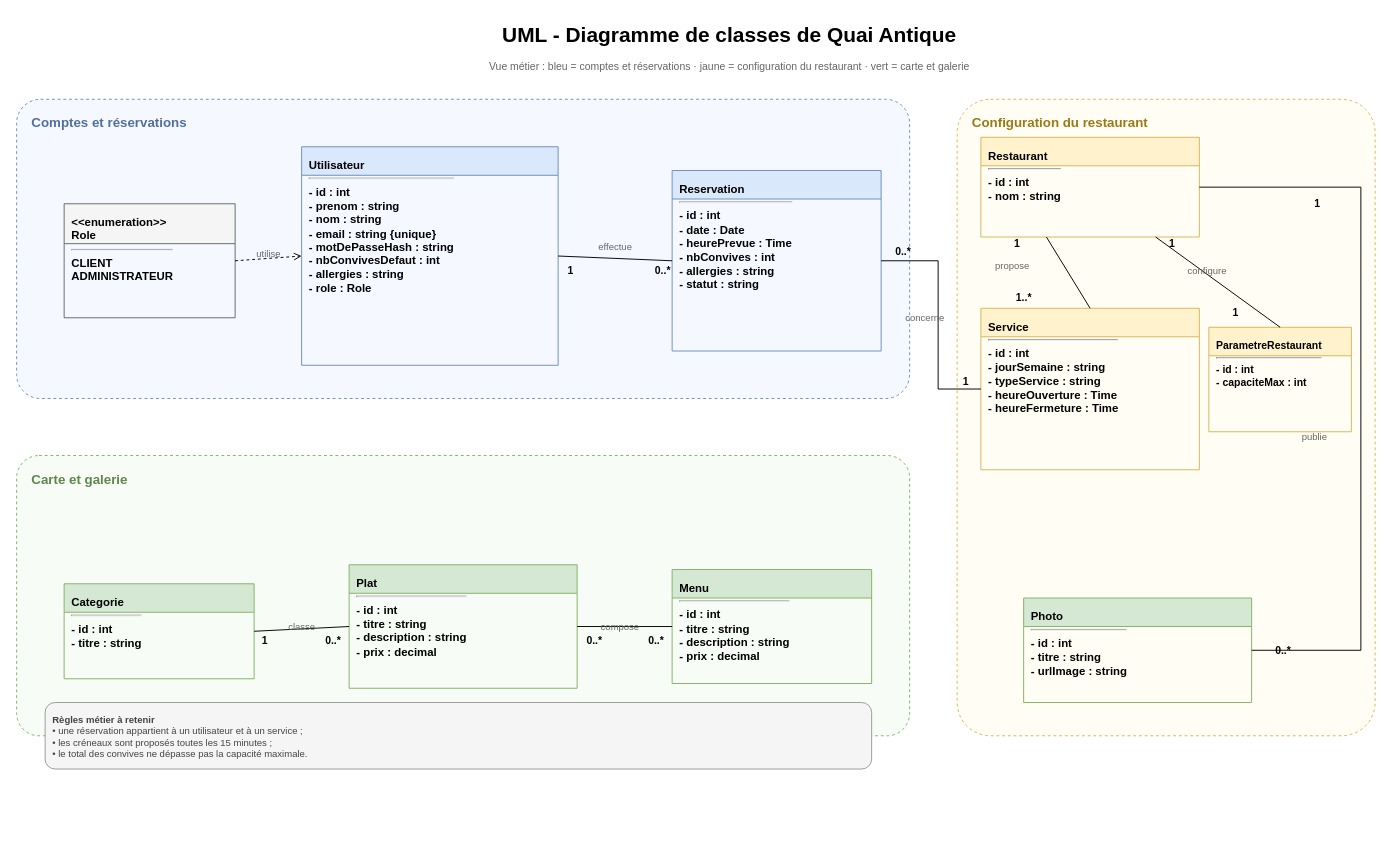
Earlier version of the draw.io diagram page "04 - UML Classes" (2 of 5) of docs/database/modelisation-quai-antique.drawio (elscribe/quai-antique). Source tidied: cells renumbered, new cells numbered last; positions are measured from the earlier drawing's top-left corner, leaving out a move shared by most shapes. Both pictures are drawn from the tidied source at 95%, with x=0, y=0 at pixel (16, 16).
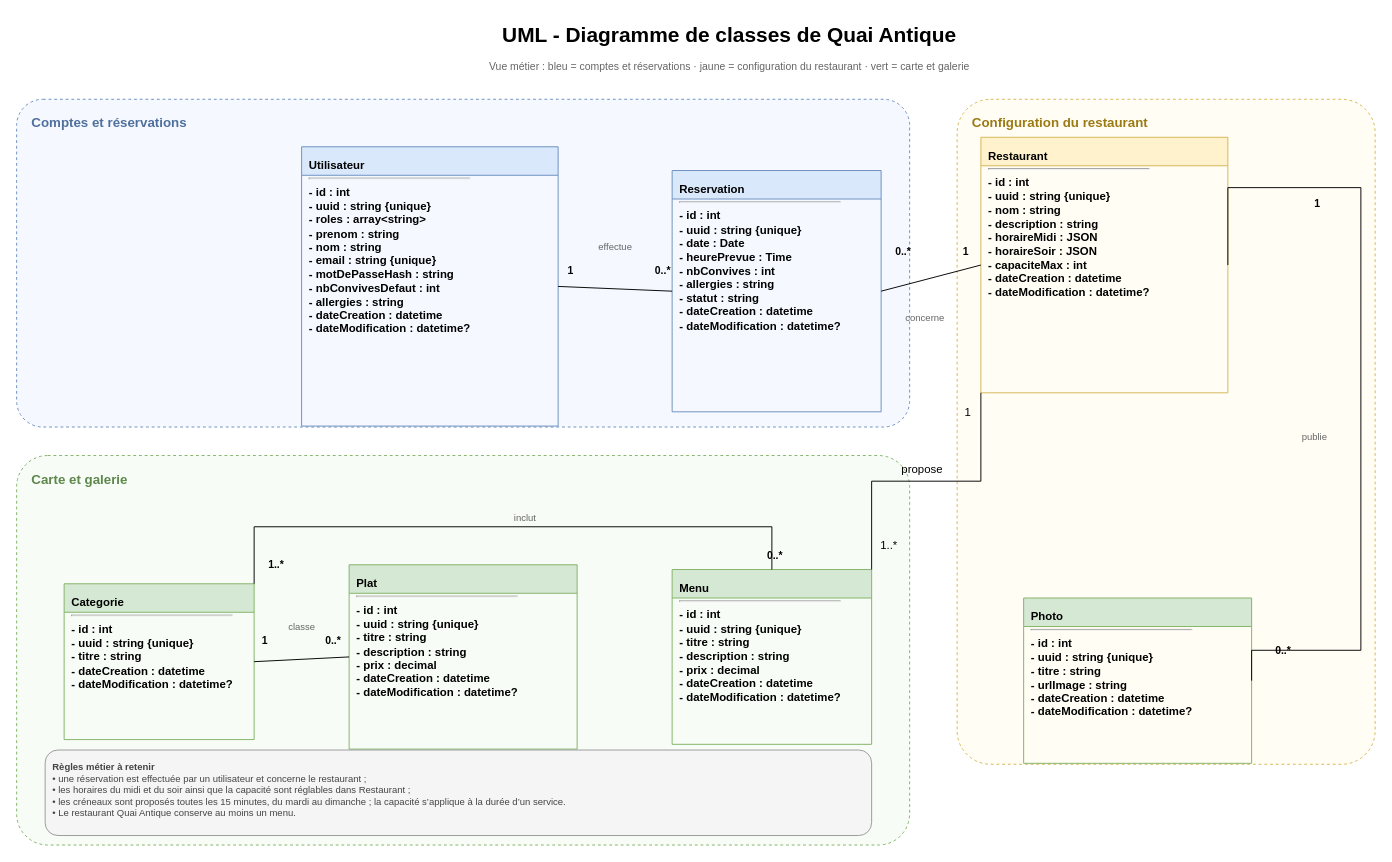
Above is the later version.

Change to the diagram source:
```diff
@@
     <mxCell id="4" value="&lt;b&gt;Comptes et réservations&lt;/b&gt;" style="rounded=1;whiteSpace=wrap;html=1;fillColor=#f5f9ff;strokeColor=#6c8ebf;dashed=1;arcSize=8;align=left;verticalAlign=top;spacingLeft=14;spacingTop=10;fontColor=#4f6f9d;fontStyle=1;fontSize=14;" parent="1" vertex="1">
-      <mxGeometry y="87" width="940" height="315" as="geometry" />
+      <mxGeometry y="87" width="940" height="345" as="geometry" />
     </mxCell>
     <mxCell id="5" value="&lt;b&gt;Configuration du restaurant&lt;/b&gt;" style="rounded=1;whiteSpace=wrap;html=1;fillColor=#fffdf4;strokeColor=#d6b656;dashed=1;arcSize=8;align=left;verticalAlign=top;spacingLeft=14;spacingTop=10;fontColor=#9b7a14;fontStyle=1;fontSize=14;" parent="1" vertex="1">
-      <mxGeometry x="990" y="87" width="440" height="670" as="geometry" />
+      <mxGeometry x="990" y="87" width="440" height="700" as="geometry" />
     </mxCell>
     <mxCell id="6" value="&lt;b&gt;Carte et galerie&lt;/b&gt;" style="rounded=1;whiteSpace=wrap;html=1;fillColor=#f7fcf6;strokeColor=#82b366;dashed=1;arcSize=8;align=left;verticalAlign=top;spacingLeft=14;spacingTop=10;fontColor=#5d874b;fontStyle=1;fontSize=14;" parent="1" vertex="1">
-      <mxGeometry y="462" width="940" height="295" as="geometry" />
+      <mxGeometry y="462" width="940" height="410" as="geometry" />
     </mxCell>
-    <mxCell id="7" value="&lt;b&gt;&amp;lt;&amp;lt;enumeration&amp;gt;&amp;gt;&lt;br/&gt;Role&lt;/b&gt;&lt;hr/&gt;CLIENT&lt;br/&gt;ADMINISTRATEUR" style="swimlane;html=1;whiteSpace=wrap;horizontal=1;startSize=42;fillColor=#f5f5f5;strokeColor=#666666;align=left;verticalAlign=top;spacing=8;fontSize=12;" parent="1" vertex="1">
-      <mxGeometry x="50" y="197" width="180" height="120" as="geometry" />
-    </mxCell>
-    <mxCell id="8" value="&lt;b&gt;Utilisateur&lt;/b&gt;&lt;hr/&gt;- id : int&lt;br/&gt;- prenom : string&lt;br/&gt;- nom : string&lt;br/&gt;- email : string {unique}&lt;br/&gt;- motDePasseHash : string&lt;br/&gt;- nbConvivesDefaut : int&lt;br/&gt;- allergies : string&lt;br/&gt;- role : Role" style="swimlane;html=1;whiteSpace=wrap;horizontal=1;startSize=30;fillColor=#dae8fc;strokeColor=#6c8ebf;align=left;verticalAlign=top;spacing=8;fontSize=12;" parent="1" vertex="1">
-      <mxGeometry x="300" y="137" width="270" height="230" as="geometry" />
+    <mxCell id="8" value="&lt;b&gt;Utilisateur&lt;/b&gt;&lt;hr/&gt;- id : int&lt;br/&gt;- uuid : string {unique}&lt;br/&gt;- roles : array&amp;lt;string&amp;gt;&lt;br/&gt;- prenom : string&lt;br/&gt;- nom : string&lt;br/&gt;- email : string {unique}&lt;br/&gt;- motDePasseHash : string&lt;br/&gt;- nbConvivesDefaut : int&lt;br/&gt;- allergies : string&lt;br/&gt;- dateCreation : datetime&lt;br/&gt;- dateModification : datetime?" style="swimlane;html=1;whiteSpace=wrap;horizontal=1;startSize=30;fillColor=#dae8fc;strokeColor=#6c8ebf;align=left;verticalAlign=top;spacing=8;fontSize=12;" parent="1" vertex="1">
+      <mxGeometry x="300" y="137" width="270" height="294" as="geometry" />
     </mxCell>
-    <mxCell id="9" value="&lt;b&gt;Reservation&lt;/b&gt;&lt;hr/&gt;- id : int&lt;br/&gt;- date : Date&lt;br/&gt;- heurePrevue : Time&lt;br/&gt;- nbConvives : int&lt;br/&gt;- allergies : string&lt;br/&gt;- statut : string" style="swimlane;html=1;whiteSpace=wrap;horizontal=1;startSize=30;fillColor=#dae8fc;strokeColor=#6c8ebf;align=left;verticalAlign=top;spacing=8;fontSize=12;" parent="1" vertex="1">
-      <mxGeometry x="690" y="162" width="220" height="190" as="geometry" />
+    <mxCell id="9" value="&lt;b&gt;Reservation&lt;/b&gt;&lt;hr/&gt;- id : int&lt;br/&gt;- uuid : string {unique}&lt;br/&gt;- date : Date&lt;br/&gt;- heurePrevue : Time&lt;br/&gt;- nbConvives : int&lt;br/&gt;- allergies : string&lt;br/&gt;- statut : string&lt;br/&gt;- dateCreation : datetime&lt;br/&gt;- dateModification : datetime?" style="swimlane;html=1;whiteSpace=wrap;horizontal=1;startSize=30;fillColor=#dae8fc;strokeColor=#6c8ebf;align=left;verticalAlign=top;spacing=8;fontSize=12;" parent="1" vertex="1">
+      <mxGeometry x="690" y="162" width="220" height="254" as="geometry" />
     </mxCell>
-    <mxCell id="10" value="&lt;b&gt;Restaurant&lt;/b&gt;&lt;hr/&gt;- id : int&lt;br/&gt;- nom : string" style="swimlane;html=1;whiteSpace=wrap;horizontal=1;startSize=30;fillColor=#fff2cc;strokeColor=#d6b656;align=left;verticalAlign=top;spacing=8;fontSize=12;" parent="1" vertex="1">
-      <mxGeometry x="1015" y="127" width="230" height="105" as="geometry" />
+    <mxCell id="10" value="&lt;b&gt;Restaurant&lt;/b&gt;&lt;hr/&gt;- id : int&lt;br/&gt;- uuid : string {unique}&lt;br/&gt;- nom : string&lt;br/&gt;- description : string&lt;br/&gt;- horaireMidi : JSON&lt;br/&gt;- horaireSoir : JSON&lt;br/&gt;- capaciteMax : int&lt;br/&gt;- dateCreation : datetime&lt;br/&gt;- dateModification : datetime?" style="swimlane;html=1;whiteSpace=wrap;horizontal=1;startSize=30;fillColor=#fff2cc;strokeColor=#d6b656;align=left;verticalAlign=top;spacing=8;fontSize=12;" parent="1" vertex="1">
+      <mxGeometry x="1015" y="127" width="260" height="269" as="geometry" />
     </mxCell>
-    <mxCell id="11" value="&lt;b&gt;Service&lt;/b&gt;&lt;hr/&gt;- id : int&lt;br/&gt;- jourSemaine : string&lt;br/&gt;- typeService : string&lt;br/&gt;- heureOuverture : Time&lt;br/&gt;- heureFermeture : Time" style="swimlane;html=1;whiteSpace=wrap;horizontal=1;startSize=30;fillColor=#fff2cc;strokeColor=#d6b656;align=left;verticalAlign=top;spacing=8;fontSize=12;" parent="1" vertex="1">
-      <mxGeometry x="1015" y="307" width="230" height="170" as="geometry" />
-    </mxCell>
-    <mxCell id="12" value="&lt;b&gt;ParametreRestaurant&lt;/b&gt;&lt;hr/&gt;- id : int&lt;br/&gt;- capaciteMax : int" style="swimlane;html=1;whiteSpace=wrap;horizontal=1;startSize=30;fillColor=#fff2cc;strokeColor=#d6b656;align=left;verticalAlign=top;spacing=8;fontSize=11;" parent="1" vertex="1">
-      <mxGeometry x="1255" y="327" width="150" height="110" as="geometry" />
-    </mxCell>
-    <mxCell id="13" value="&lt;b&gt;Photo&lt;/b&gt;&lt;hr/&gt;- id : int&lt;br/&gt;- titre : string&lt;br/&gt;- urlImage : string" style="swimlane;html=1;whiteSpace=wrap;horizontal=1;startSize=30;fillColor=#d5e8d4;strokeColor=#82b366;align=left;verticalAlign=top;spacing=8;fontSize=12;" parent="1" vertex="1">
-      <mxGeometry x="1060" y="612" width="240" height="110" as="geometry" />
+    <mxCell id="13" value="&lt;b&gt;Photo&lt;/b&gt;&lt;hr/&gt;- id : int&lt;br/&gt;- uuid : string {unique}&lt;br/&gt;- titre : string&lt;br/&gt;- urlImage : string&lt;br/&gt;- dateCreation : datetime&lt;br/&gt;- dateModification : datetime?" style="swimlane;html=1;whiteSpace=wrap;horizontal=1;startSize=30;fillColor=#d5e8d4;strokeColor=#82b366;align=left;verticalAlign=top;spacing=8;fontSize=12;" parent="1" vertex="1">
+      <mxGeometry x="1060" y="612" width="240" height="174" as="geometry" />
     </mxCell>
-    <mxCell id="14" value="&lt;b&gt;Categorie&lt;/b&gt;&lt;hr/&gt;- id : int&lt;br/&gt;- titre : string" style="swimlane;html=1;whiteSpace=wrap;horizontal=1;startSize=30;fillColor=#d5e8d4;strokeColor=#82b366;align=left;verticalAlign=top;spacing=8;fontSize=12;" parent="1" vertex="1">
-      <mxGeometry x="50" y="597" width="200" height="100" as="geometry" />
+    <mxCell id="14" value="&lt;b&gt;Categorie&lt;/b&gt;&lt;hr/&gt;- id : int&lt;br/&gt;- uuid : string {unique}&lt;br/&gt;- titre : string&lt;br/&gt;- dateCreation : datetime&lt;br/&gt;- dateModification : datetime?" style="swimlane;html=1;whiteSpace=wrap;horizontal=1;startSize=30;fillColor=#d5e8d4;strokeColor=#82b366;align=left;verticalAlign=top;spacing=8;fontSize=12;" parent="1" vertex="1">
+      <mxGeometry x="50" y="597" width="200" height="164" as="geometry" />
     </mxCell>
-    <mxCell id="15" value="&lt;b&gt;Plat&lt;/b&gt;&lt;hr/&gt;- id : int&lt;br/&gt;- titre : string&lt;br/&gt;- description : string&lt;br/&gt;- prix : decimal" style="swimlane;html=1;whiteSpace=wrap;horizontal=1;startSize=30;fillColor=#d5e8d4;strokeColor=#82b366;align=left;verticalAlign=top;spacing=8;fontSize=12;" parent="1" vertex="1">
-      <mxGeometry x="350" y="577" width="240" height="130" as="geometry" />
+    <mxCell id="15" value="&lt;b&gt;Plat&lt;/b&gt;&lt;hr/&gt;- id : int&lt;br/&gt;- uuid : string {unique}&lt;br/&gt;- titre : string&lt;br/&gt;- description : string&lt;br/&gt;- prix : decimal&lt;br/&gt;- dateCreation : datetime&lt;br/&gt;- dateModification : datetime?" style="swimlane;html=1;whiteSpace=wrap;horizontal=1;startSize=30;fillColor=#d5e8d4;strokeColor=#82b366;align=left;verticalAlign=top;spacing=8;fontSize=12;" parent="1" vertex="1">
+      <mxGeometry x="350" y="577" width="240" height="194" as="geometry" />
     </mxCell>
-    <mxCell id="16" value="&lt;b&gt;Menu&lt;/b&gt;&lt;hr/&gt;- id : int&lt;br/&gt;- titre : string&lt;br/&gt;- description : string&lt;br/&gt;- prix : decimal" style="swimlane;html=1;whiteSpace=wrap;horizontal=1;startSize=30;fillColor=#d5e8d4;strokeColor=#82b366;align=left;verticalAlign=top;spacing=8;fontSize=12;" parent="1" vertex="1">
-      <mxGeometry x="690" y="582" width="210" height="120" as="geometry" />
+    <mxCell id="16" value="&lt;b&gt;Menu&lt;/b&gt;&lt;hr/&gt;- id : int&lt;br/&gt;- uuid : string {unique}&lt;br/&gt;- titre : string&lt;br/&gt;- description : string&lt;br/&gt;- prix : decimal&lt;br/&gt;- dateCreation : datetime&lt;br/&gt;- dateModification : datetime?" style="swimlane;html=1;whiteSpace=wrap;horizontal=1;startSize=30;fillColor=#d5e8d4;strokeColor=#82b366;align=left;verticalAlign=top;spacing=8;fontSize=12;" parent="1" vertex="1">
+      <mxGeometry x="690" y="582" width="210" height="184" as="geometry" />
     </mxCell>
-    <mxCell id="17" style="endArrow=open;endFill=0;dashed=1;html=1;rounded=0;exitX=1;exitY=0.5;entryX=0;entryY=0.5;" parent="1" edge="1" source="7" target="8">
-      <mxGeometry relative="1" as="geometry" />
-    </mxCell>
@@
-    <mxCell id="19" style="edgeStyle=orthogonalEdgeStyle;rounded=0;jettySize=auto;html=1;endArrow=none;startArrow=none;exitX=1;exitY=0.5;entryX=0;entryY=0.5;" parent="1" edge="1" source="9" target="11">
-      <mxGeometry relative="1" as="geometry">
-        <Array as="points">
-          <mxPoint x="970" y="257" />
-          <mxPoint x="970" y="392" />
-        </Array>
-      </mxGeometry>
+    <mxCell id="19" style="edgeStyle=none;endArrow=none;startArrow=none;html=1;exitX=1;exitY=0.5;entryX=0;entryY=0.5;" parent="1" edge="1" source="9" target="10">
+      <mxGeometry relative="1" as="geometry" />
     </mxCell>
-    <mxCell id="20" style="endArrow=none;startArrow=none;html=1;rounded=0;exitX=0.3;exitY=1;entryX=0.5;entryY=0;" parent="1" edge="1" source="10" target="11">
-      <mxGeometry relative="1" as="geometry" />
-    </mxCell>
-    <mxCell id="21" style="endArrow=none;startArrow=none;html=1;rounded=0;exitX=0.8;exitY=1;entryX=0.5;entryY=0;" parent="1" edge="1" source="10" target="12">
-      <mxGeometry relative="1" as="geometry" />
-    </mxCell>
@@
-    <mxCell id="24" style="endArrow=none;startArrow=none;html=1;rounded=0;exitX=0;exitY=0.5;entryX=1;entryY=0.5;" parent="1" edge="1" source="16" target="15">
-      <mxGeometry relative="1" as="geometry" />
-    </mxCell>
-    <mxCell id="25" value="utilise" style="text;html=1;align=center;verticalAlign=middle;fontSize=10;fontColor=#666666;fillColor=none;strokeColor=none;" parent="1" vertex="1">
-      <mxGeometry x="235" y="239" width="60" height="20" as="geometry" />
-    </mxCell>
+    <mxCell id="48" style="edgeStyle=orthogonalEdgeStyle;rounded=0;jettySize=auto;html=1;endArrow=none;startArrow=none;exitX=1;exitY=0;entryX=0.5;entryY=0;" parent="1" edge="1" source="14" target="16">
+      <mxGeometry relative="1" as="geometry">
+        <Array as="points">
+          <mxPoint x="250" y="537" />
+          <mxPoint x="795" y="537" />
+        </Array>
+      </mxGeometry>
+    </mxCell>
@@
-    <mxCell id="28" value="propose" style="text;html=1;align=center;verticalAlign=middle;fontSize=10;fontColor=#666666;fillColor=none;strokeColor=none;" parent="1" vertex="1">
-      <mxGeometry x="1015" y="252" width="65" height="20" as="geometry" />
-    </mxCell>
-    <mxCell id="29" value="configure" style="text;html=1;align=center;verticalAlign=middle;fontSize=10;fontColor=#666666;fillColor=none;strokeColor=none;" parent="1" vertex="1">
-      <mxGeometry x="1218" y="257" width="70" height="20" as="geometry" />
-    </mxCell>
@@
-    <mxCell id="32" value="compose" style="text;html=1;align=center;verticalAlign=middle;fontSize=10;fontColor=#666666;fillColor=none;strokeColor=none;" parent="1" vertex="1">
-      <mxGeometry x="600" y="632" width="70" height="20" as="geometry" />
-    </mxCell>
+    <mxCell id="49" value="inclut" style="text;html=1;align=center;verticalAlign=middle;fontSize=10;fontColor=#666666;fillColor=none;strokeColor=none;" parent="1" vertex="1">
+      <mxGeometry x="505" y="517" width="60" height="20" as="geometry" />
+    </mxCell>
@@
-    <mxCell id="35" value="0..*" style="text;html=1;align=center;verticalAlign=middle;fontSize=11;fontStyle=1;fillColor=none;strokeColor=none;" parent="1" vertex="1">
-      <mxGeometry x="915" y="237" width="35" height="20" as="geometry" />
-    </mxCell>
-    <mxCell id="36" value="1" style="text;html=1;align=center;verticalAlign=middle;fontSize=11;fontStyle=1;fillColor=none;strokeColor=none;" parent="1" vertex="1">
-      <mxGeometry x="988" y="374" width="22" height="20" as="geometry" />
-    </mxCell>
-    <mxCell id="37" value="1" style="text;html=1;align=center;verticalAlign=middle;fontSize=11;fontStyle=1;fillColor=none;strokeColor=none;" parent="1" vertex="1">
-      <mxGeometry x="1042" y="229" width="22" height="20" as="geometry" />
-    </mxCell>
-    <mxCell id="38" value="1..*" style="text;html=1;align=center;verticalAlign=middle;fontSize=11;fontStyle=1;fillColor=none;strokeColor=none;" parent="1" vertex="1">
-      <mxGeometry x="1042" y="286" width="35" height="20" as="geometry" />
-    </mxCell>
-    <mxCell id="39" value="1" style="text;html=1;align=center;verticalAlign=middle;fontSize=11;fontStyle=1;fillColor=none;strokeColor=none;" parent="1" vertex="1">
-      <mxGeometry x="1205" y="229" width="22" height="20" as="geometry" />
-    </mxCell>
-    <mxCell id="40" value="1" style="text;html=1;align=center;verticalAlign=middle;fontSize=11;fontStyle=1;fillColor=none;strokeColor=none;" parent="1" vertex="1">
-      <mxGeometry x="1272" y="302" width="22" height="20" as="geometry" />
-    </mxCell>
@@
-    <mxCell id="45" value="0..*" style="text;html=1;align=center;verticalAlign=middle;fontSize=11;fontStyle=1;fillColor=none;strokeColor=none;" parent="1" vertex="1">
-      <mxGeometry x="655" y="647" width="35" height="20" as="geometry" />
-    </mxCell>
-    <mxCell id="46" value="0..*" style="text;html=1;align=center;verticalAlign=middle;fontSize=11;fontStyle=1;fillColor=none;strokeColor=none;" parent="1" vertex="1">
-      <mxGeometry x="590" y="647" width="35" height="20" as="geometry" />
-    </mxCell>
+    <mxCell id="38" value="1..*" style="text;html=1;align=center;verticalAlign=middle;fontSize=11;fontStyle=1;fillColor=none;strokeColor=none;" parent="1" vertex="1">
+      <mxGeometry x="255" y="567" width="35" height="20" as="geometry" />
+    </mxCell>
+    <mxCell id="50" value="0..*" style="text;html=1;align=center;verticalAlign=middle;fontSize=11;fontStyle=1;fillColor=none;strokeColor=none;" parent="1" vertex="1">
+      <mxGeometry x="780" y="557" width="35" height="20" as="geometry" />
+    </mxCell>
-    <mxCell id="47" value="&lt;b&gt;Règles métier à retenir&lt;/b&gt;&lt;br/&gt;• une réservation appartient à un utilisateur et à un service ;&lt;br/&gt;• les créneaux sont proposés toutes les 15 minutes ;&lt;br/&gt;• le total des convives ne dépasse pas la capacité maximale." style="rounded=1;whiteSpace=wrap;html=1;fillColor=#f5f5f5;strokeColor=#999999;align=left;verticalAlign=top;spacing=8;fontSize=10;fontColor=#444444;" parent="1" vertex="1">
-      <mxGeometry x="30" y="722" width="870" height="70" as="geometry" />
+    <mxCell id="47" value="&lt;b&gt;Règles métier à retenir&lt;/b&gt;&lt;br/&gt;• une réservation est effectuée par un utilisateur et concerne le restaurant ;&lt;br/&gt;• les horaires du midi et du soir ainsi que la capacité sont réglables dans Restaurant ;&lt;br/&gt;• les créneaux sont proposés toutes les 15 minutes, du mardi au dimanche ; la capacité s’applique à la durée d’un service.&lt;br/&gt;• Le restaurant Quai Antique conserve au moins un menu." style="rounded=1;whiteSpace=wrap;html=1;fillColor=#f5f5f5;strokeColor=#999999;align=left;verticalAlign=top;spacing=8;fontSize=10;fontColor=#444444;" parent="1" vertex="1">
+      <mxGeometry x="30" y="772" width="870" height="90" as="geometry" />
     </mxCell>
+    <mxCell id="35" value="0..*" style="text;html=1;align=center;verticalAlign=middle;fontSize=11;fontStyle=1;fillColor=none;strokeColor=none;" parent="1" vertex="1">
+      <mxGeometry x="915" y="237" width="35" height="20" as="geometry" />
+    </mxCell>
+    <mxCell id="51" value="1" style="text;html=1;align=center;verticalAlign=middle;fontSize=11;fontStyle=1;fillColor=none;strokeColor=none;" parent="1" vertex="1">
+      <mxGeometry x="988" y="237" width="22" height="20" as="geometry" />
+    </mxCell>
+    <mxCell id="52" style="edgeStyle=orthogonalEdgeStyle;rounded=0;jettySize=auto;html=1;endArrow=none;startArrow=none;exitX=0;exitY=1;entryX=1;entryY=0;" parent="1" edge="1" source="10" target="16">
+      <mxGeometry relative="1" as="geometry" />
+    </mxCell>
+    <mxCell id="28" value="propose" style="text;html=1;align=center;verticalAlign=middle;" parent="1" vertex="1">
+      <mxGeometry x="920" y="467" width="65" height="20" as="geometry" />
+    </mxCell>
+    <mxCell id="53" value="1" style="text;html=1;align=center;verticalAlign=middle;" parent="1" vertex="1">
+      <mxGeometry x="990" y="407" width="22" height="20" as="geometry" />
+    </mxCell>
+    <mxCell id="54" value="1..*" style="text;html=1;align=center;verticalAlign=middle;" parent="1" vertex="1">
+      <mxGeometry x="900" y="547" width="35" height="20" as="geometry" />
+    </mxCell>
```
